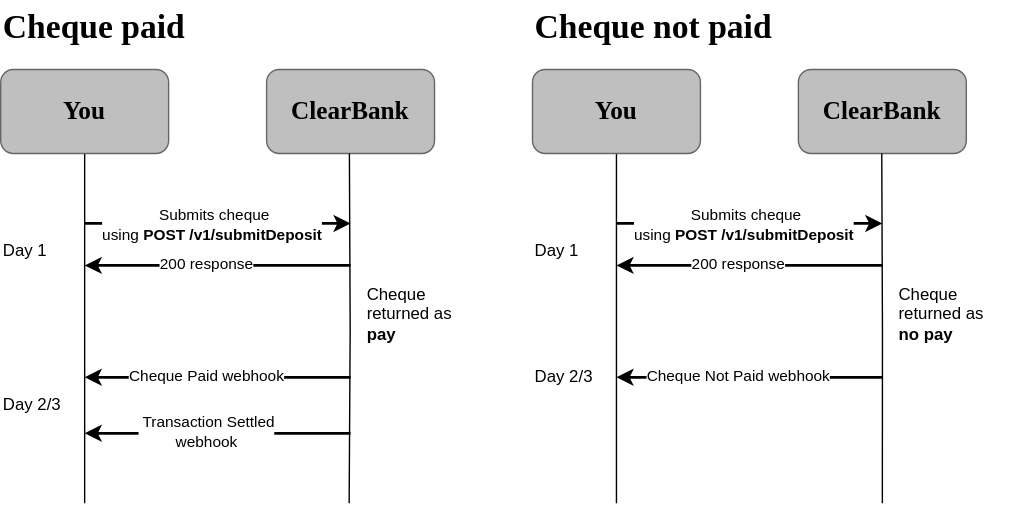
Before: static/assets/images/cheque_endpoint.svg, a diagram exported from draw.io (clearbank/clearbank.github.io). Source tidied: cells renumbered, new cells last; positions are measured from the earlier drawing's top-left corner, leaving out a move shared by most shapes.
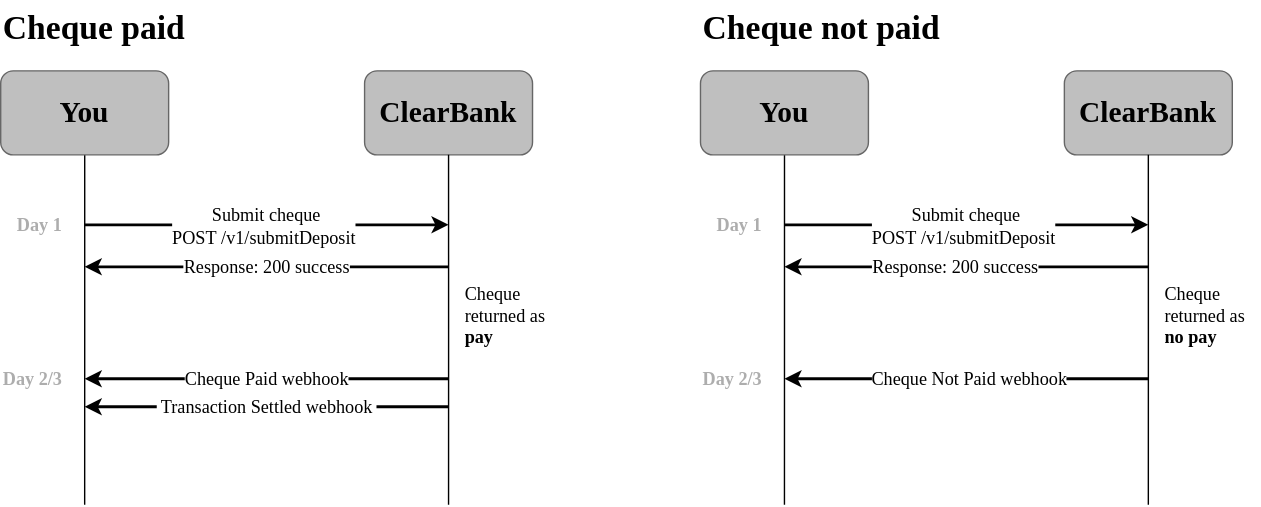
After the commit.

Commit message:
Fixed message flow diagram, updated info on scheme

What changed in the source:
```diff
@@ -7,125 +7,133 @@
         <mxPoint x="60" y="360" as="targetPoint" />
       </mxGeometry>
     </mxCell>
-    <mxCell id="3" value="You" style="rounded=1;whiteSpace=wrap;html=1;strokeColor=#666666;fillColor=#BFBFBF;gradientColor=none;fontFamily=Clear Sans Display;fontStyle=1;fontSize=18;" parent="1" vertex="1">
+    <mxCell id="3" value="You" style="rounded=1;whiteSpace=wrap;html=1;strokeColor=#666666;fillColor=#BFBFBF;gradientColor=none;fontFamily=Clear Sans Display;fontStyle=1;fontSize=21;" parent="1" vertex="1">
       <mxGeometry y="50" width="120" height="60" as="geometry" />
     </mxCell>
-    <mxCell id="4" value="ClearBank" style="rounded=1;whiteSpace=wrap;html=1;strokeColor=#666666;fillColor=#BFBFBF;gradientColor=none;fontFamily=Clear Sans Display;fontStyle=1;fontSize=18;" parent="1" vertex="1">
-      <mxGeometry x="190" y="50" width="120" height="60" as="geometry" />
+    <mxCell id="4" value="ClearBank" style="rounded=1;whiteSpace=wrap;html=1;strokeColor=#666666;fillColor=#BFBFBF;gradientColor=none;fontFamily=Clear Sans Display;fontStyle=1;fontSize=21;" parent="1" vertex="1">
+      <mxGeometry x="260" y="50" width="120" height="60" as="geometry" />
     </mxCell>
-    <mxCell id="5" style="endArrow=classic;html=1;rounded=0;strokeWidth=2;" parent="1" edge="1">
+    <mxCell id="5" style="endArrow=classic;html=1;rounded=0;strokeWidth=2;fontFamily=Clear Sans Text;fontSize=13;" parent="1" edge="1">
       <mxGeometry relative="1" as="geometry">
         <mxPoint x="60" y="160" as="sourcePoint" />
-        <mxPoint x="250" y="160" as="targetPoint" />
+        <mxPoint x="320" y="160" as="targetPoint" />
       </mxGeometry>
     </mxCell>
-    <mxCell id="6" value="&amp;nbsp;Submits cheque&lt;br&gt;using &lt;b&gt;POST&amp;nbsp;/v1/submitDeposit&lt;/b&gt;" style="edgeLabel;html=1;align=center;verticalAlign=middle;" parent="5" vertex="1">
+    <mxCell id="6" value="&amp;nbsp;Submit cheque&lt;br style=&quot;font-size: 13px;&quot;&gt;POST&amp;nbsp;/v1/submitDeposit" style="edgeLabel;html=1;align=center;verticalAlign=middle;fontFamily=Clear Sans Text;fontSize=13;" parent="5" vertex="1">
       <mxGeometry x="0.09" y="-1" relative="1" as="geometry">
         <mxPoint x="-13" as="offset" />
       </mxGeometry>
     </mxCell>
     <mxCell id="7" style="edgeStyle=orthogonalEdgeStyle;rounded=0;jettySize=auto;html=1;endArrow=none;endFill=0;" parent="1" edge="1" source="8">
       <mxGeometry relative="1" as="geometry">
-        <mxPoint x="440" y="360" as="targetPoint" />
+        <mxPoint x="560" y="360" as="targetPoint" />
       </mxGeometry>
     </mxCell>
-    <mxCell id="8" value="You" style="rounded=1;whiteSpace=wrap;html=1;strokeColor=#666666;fillColor=#BFBFBF;gradientColor=none;fontFamily=Clear Sans Display;fontStyle=1;fontSize=18;" parent="1" vertex="1">
-      <mxGeometry x="380" y="50" width="120" height="60" as="geometry" />
+    <mxCell id="8" value="You" style="rounded=1;whiteSpace=wrap;html=1;strokeColor=#666666;fillColor=#BFBFBF;gradientColor=none;fontFamily=Clear Sans Display;fontStyle=1;fontSize=21;" parent="1" vertex="1">
+      <mxGeometry x="500" y="50" width="120" height="60" as="geometry" />
     </mxCell>
-    <mxCell id="9" value="ClearBank" style="rounded=1;whiteSpace=wrap;html=1;strokeColor=#666666;fillColor=#BFBFBF;gradientColor=none;fontFamily=Clear Sans Display;fontStyle=1;fontSize=18;" parent="1" vertex="1">
-      <mxGeometry x="570" y="50" width="120" height="60" as="geometry" />
+    <mxCell id="9" value="ClearBank" style="rounded=1;whiteSpace=wrap;html=1;strokeColor=#666666;fillColor=#BFBFBF;gradientColor=none;fontFamily=Clear Sans Display;fontStyle=1;fontSize=21;" parent="1" vertex="1">
+      <mxGeometry x="760" y="50" width="120" height="60" as="geometry" />
     </mxCell>
-    <mxCell id="10" style="endArrow=classic;html=1;rounded=0;strokeWidth=2;" parent="1" edge="1">
+    <mxCell id="10" style="endArrow=classic;html=1;rounded=0;strokeWidth=2;fontFamily=Clear Sans Text;fontSize=13;" parent="1" edge="1">
       <mxGeometry relative="1" as="geometry">
-        <mxPoint x="440" y="160" as="sourcePoint" />
-        <mxPoint x="630" y="160" as="targetPoint" />
+        <mxPoint x="560" y="160" as="sourcePoint" />
+        <mxPoint x="820" y="160" as="targetPoint" />
       </mxGeometry>
     </mxCell>
-    <mxCell id="11" value="&amp;nbsp;Submits cheque&lt;br style=&quot;border-color: var(--border-color);&quot;&gt;using&amp;nbsp;&lt;b style=&quot;border-color: var(--border-color);&quot;&gt;POST&amp;nbsp;/v1/submitDeposit&lt;/b&gt;" style="edgeLabel;html=1;align=center;verticalAlign=middle;" parent="10" vertex="1">
+    <mxCell id="11" value="&amp;nbsp;Submit cheque&lt;br style=&quot;border-color: var(--border-color); font-size: 13px;&quot;&gt;&lt;span style=&quot;border-color: var(--border-color); font-size: 13px;&quot;&gt;POST&amp;nbsp;/v1/submitDeposit&lt;/span&gt;" style="edgeLabel;html=1;align=center;verticalAlign=middle;fontFamily=Clear Sans Text;fontSize=13;" parent="10" vertex="1">
       <mxGeometry x="0.09" y="-1" relative="1" as="geometry">
         <mxPoint x="-13" as="offset" />
       </mxGeometry>
     </mxCell>
-    <mxCell id="12" style="endArrow=classic;html=1;rounded=0;strokeWidth=2;" parent="1" edge="1">
+    <mxCell id="12" style="endArrow=classic;html=1;rounded=0;strokeWidth=2;fontFamily=Clear Sans Text;fontSize=13;" parent="1" edge="1">
       <mxGeometry relative="1" as="geometry">
-        <mxPoint x="630" y="270" as="sourcePoint" />
-        <mxPoint x="440" y="270" as="targetPoint" />
+        <mxPoint x="820" y="270" as="sourcePoint" />
+        <mxPoint x="560" y="270" as="targetPoint" />
       </mxGeometry>
     </mxCell>
-    <mxCell id="13" value="Cheque Not Paid webhook" style="edgeLabel;html=1;align=center;verticalAlign=middle;" parent="12" vertex="1">
-      <mxGeometry x="0.09" y="-1" relative="1" as="geometry" />
+    <mxCell id="13" value="Cheque Not Paid webhook" style="edgeLabel;html=1;align=center;verticalAlign=middle;fontFamily=Clear Sans Text;fontSize=13;" parent="12" vertex="1">
+      <mxGeometry x="0.09" y="-1" relative="1" as="geometry">
+        <mxPoint x="13" y="1" as="offset" />
+      </mxGeometry>
     </mxCell>
-    <mxCell id="14" style="endArrow=classic;html=1;rounded=0;strokeWidth=2;" parent="1" edge="1">
+    <mxCell id="14" style="endArrow=classic;html=1;rounded=0;strokeWidth=2;fontFamily=Clear Sans Text;fontSize=13;" parent="1" edge="1">
       <mxGeometry relative="1" as="geometry">
-        <mxPoint x="250" y="270" as="sourcePoint" />
+        <mxPoint x="320" y="270" as="sourcePoint" />
         <mxPoint x="60" y="270" as="targetPoint" />
       </mxGeometry>
     </mxCell>
-    <mxCell id="15" value="Cheque Paid webhook" style="edgeLabel;html=1;align=center;verticalAlign=middle;" parent="14" vertex="1">
-      <mxGeometry x="0.09" y="-1" relative="1" as="geometry" />
+    <mxCell id="15" value="Cheque Paid webhook" style="edgeLabel;html=1;align=center;verticalAlign=middle;fontFamily=Clear Sans Text;fontSize=13;" parent="14" vertex="1">
+      <mxGeometry x="0.09" y="-1" relative="1" as="geometry">
+        <mxPoint x="11" y="1" as="offset" />
+      </mxGeometry>
     </mxCell>
-    <mxCell id="16" style="endArrow=classic;html=1;rounded=0;strokeWidth=2;" parent="1" edge="1">
+    <mxCell id="16" style="endArrow=classic;html=1;rounded=0;strokeWidth=2;fontFamily=Clear Sans Text;fontSize=13;" parent="1" edge="1">
       <mxGeometry relative="1" as="geometry">
-        <mxPoint x="250" y="310" as="sourcePoint" />
-        <mxPoint x="60" y="310" as="targetPoint" />
+        <mxPoint x="320" y="290" as="sourcePoint" />
+        <mxPoint x="60" y="290" as="targetPoint" />
       </mxGeometry>
     </mxCell>
-    <mxCell id="17" value="&amp;nbsp;Transaction Settled&lt;br&gt;&amp;nbsp;webhook&amp;nbsp;" style="edgeLabel;html=1;align=center;verticalAlign=middle;" parent="16" vertex="1">
-      <mxGeometry x="0.09" y="-1" relative="1" as="geometry" />
+    <mxCell id="17" value="&amp;nbsp;Transaction Settled&amp;nbsp;webhook&amp;nbsp;" style="edgeLabel;html=1;align=center;verticalAlign=middle;fontFamily=Clear Sans Text;fontSize=13;" parent="16" vertex="1">
+      <mxGeometry x="0.09" y="-1" relative="1" as="geometry">
+        <mxPoint x="11" y="1" as="offset" />
+      </mxGeometry>
     </mxCell>
-    <mxCell id="18" value="Cheque returned as &lt;b&gt;pay&lt;/b&gt;" style="text;html=1;strokeColor=none;fillColor=none;align=left;verticalAlign=middle;whiteSpace=wrap;rounded=0;" parent="1" vertex="1">
-      <mxGeometry x="260" y="190" width="80" height="70" as="geometry" />
+    <mxCell id="18" value="Cheque returned as &lt;b style=&quot;font-size: 13px;&quot;&gt;pay&lt;/b&gt;" style="text;html=1;strokeColor=none;fillColor=none;align=left;verticalAlign=middle;whiteSpace=wrap;rounded=0;fontFamily=Clear Sans Text;fontSize=13;" parent="1" vertex="1">
+      <mxGeometry x="330" y="190" width="80" height="70" as="geometry" />
     </mxCell>
-    <mxCell id="19" style="edgeStyle=orthogonalEdgeStyle;rounded=0;orthogonalLoop=1;jettySize=auto;html=1;endArrow=none;endFill=0;" parent="1" edge="1">
+    <mxCell id="19" style="edgeStyle=orthogonalEdgeStyle;rounded=0;jettySize=auto;html=1;endArrow=none;endFill=0;exitX=0.5;exitY=1;exitDx=0;exitDy=0;" parent="1" edge="1" source="4">
       <mxGeometry relative="1" as="geometry">
-        <mxPoint x="249.2" y="110" as="sourcePoint" />
-        <mxPoint x="249" y="360" as="targetPoint" />
+        <mxPoint x="320" y="360" as="targetPoint" />
       </mxGeometry>
     </mxCell>
-    <mxCell id="20" style="edgeStyle=orthogonalEdgeStyle;rounded=0;orthogonalLoop=1;jettySize=auto;html=1;endArrow=none;endFill=0;" parent="1" edge="1">
+    <mxCell id="20" style="edgeStyle=orthogonalEdgeStyle;rounded=0;jettySize=auto;html=1;endArrow=none;endFill=0;exitX=0.5;exitY=1;exitDx=0;exitDy=0;" parent="1" edge="1" source="9">
       <mxGeometry relative="1" as="geometry">
-        <mxPoint x="629.6" y="110" as="sourcePoint" />
-        <mxPoint x="630" y="360" as="targetPoint" />
+        <mxPoint x="820" y="360" as="targetPoint" />
       </mxGeometry>
     </mxCell>
-    <mxCell id="21" value="Cheque returned as &lt;b&gt;no pay&lt;/b&gt;" style="text;html=1;strokeColor=none;fillColor=none;align=left;verticalAlign=middle;whiteSpace=wrap;rounded=0;" parent="1" vertex="1">
-      <mxGeometry x="640" y="195" width="70" height="60" as="geometry" />
+    <mxCell id="21" value="Cheque returned as &lt;b style=&quot;font-size: 13px;&quot;&gt;no pay&lt;/b&gt;" style="text;html=1;strokeColor=none;fillColor=none;align=left;verticalAlign=middle;whiteSpace=wrap;rounded=0;fontFamily=Clear Sans Text;fontSize=13;" parent="1" vertex="1">
+      <mxGeometry x="830" y="195" width="70" height="60" as="geometry" />
     </mxCell>
-    <mxCell id="22" style="endArrow=classic;html=1;rounded=0;strokeWidth=2;" parent="1" edge="1">
+    <mxCell id="22" style="endArrow=classic;html=1;rounded=0;strokeWidth=2;fontFamily=Clear Sans Text;fontSize=13;" parent="1" edge="1">
       <mxGeometry relative="1" as="geometry">
-        <mxPoint x="250" y="190" as="sourcePoint" />
+        <mxPoint x="320" y="190" as="sourcePoint" />
         <mxPoint x="60" y="190" as="targetPoint" />
       </mxGeometry>
     </mxCell>
-    <mxCell id="23" value="200 response" style="edgeLabel;html=1;align=center;verticalAlign=middle;" parent="22" vertex="1">
-      <mxGeometry x="0.09" y="-1" relative="1" as="geometry" />
+    <mxCell id="23" value="Response: 200 success" style="edgeLabel;html=1;align=center;verticalAlign=middle;fontFamily=Clear Sans Text;fontSize=13;" parent="22" vertex="1">
+      <mxGeometry x="0.09" y="-1" relative="1" as="geometry">
+        <mxPoint x="11" y="1" as="offset" />
+      </mxGeometry>
     </mxCell>
-    <mxCell id="24" style="endArrow=classic;html=1;rounded=0;strokeWidth=2;" parent="1" edge="1">
+    <mxCell id="24" style="endArrow=classic;html=1;rounded=0;strokeWidth=2;fontFamily=Clear Sans Text;fontSize=13;" parent="1" edge="1">
       <mxGeometry relative="1" as="geometry">
-        <mxPoint x="630" y="190" as="sourcePoint" />
-        <mxPoint x="440" y="190" as="targetPoint" />
+        <mxPoint x="820" y="190" as="sourcePoint" />
+        <mxPoint x="560" y="190" as="targetPoint" />
       </mxGeometry>
     </mxCell>
-    <mxCell id="25" value="200 response" style="edgeLabel;html=1;align=center;verticalAlign=middle;" parent="24" vertex="1">
-      <mxGeometry x="0.09" y="-1" relative="1" as="geometry" />
+    <mxCell id="25" value="Response: 200 success" style="edgeLabel;html=1;align=center;verticalAlign=middle;fontFamily=Clear Sans Text;fontSize=13;" parent="24" vertex="1">
+      <mxGeometry x="0.09" y="-1" relative="1" as="geometry">
+        <mxPoint x="3" y="1" as="offset" />
+      </mxGeometry>
     </mxCell>
     <mxCell id="26" value="Cheque paid" style="text;strokeColor=none;fillColor=none;html=1;fontSize=24;fontStyle=1;verticalAlign=middle;align=left;fontFamily=Clear Sans Display;" parent="1" vertex="1">
       <mxGeometry width="310" height="40" as="geometry" />
     </mxCell>
     <mxCell id="27" value="Cheque not paid" style="text;strokeColor=none;fillColor=none;html=1;fontSize=24;fontStyle=1;verticalAlign=middle;align=left;fontFamily=Clear Sans Display;" parent="1" vertex="1">
-      <mxGeometry x="380" width="350" height="40" as="geometry" />
+      <mxGeometry x="500" width="350" height="40" as="geometry" />
     </mxCell>
-    <mxCell id="28" value="Day 1" style="text;html=1;strokeColor=none;fillColor=none;align=left;verticalAlign=middle;whiteSpace=wrap;rounded=0;" parent="1" vertex="1">
-      <mxGeometry y="160" width="55" height="40" as="geometry" />
+    <mxCell id="28" value="Day 1" style="text;html=1;strokeColor=none;fillColor=none;align=left;verticalAlign=middle;whiteSpace=wrap;rounded=0;fontFamily=Clear Sans Text;fontSize=13;fontStyle=1;fontColor=#ADADAD;" parent="1" vertex="1">
+      <mxGeometry x="10" y="140" width="55" height="40" as="geometry" />
     </mxCell>
-    <mxCell id="29" value="Day 1" style="text;html=1;strokeColor=none;fillColor=none;align=left;verticalAlign=middle;whiteSpace=wrap;rounded=0;" parent="1" vertex="1">
-      <mxGeometry x="380" y="160" width="55" height="40" as="geometry" />
+    <mxCell id="29" value="Day 1" style="text;html=1;strokeColor=none;fillColor=none;align=left;verticalAlign=middle;whiteSpace=wrap;rounded=0;fontFamily=Clear Sans Text;fontSize=13;fontStyle=1;fontColor=#ADADAD;" parent="1" vertex="1">
+      <mxGeometry x="510" y="140" width="55" height="40" as="geometry" />
     </mxCell>
-    <mxCell id="30" value="Day 2/3" style="text;html=1;strokeColor=none;fillColor=none;align=left;verticalAlign=middle;whiteSpace=wrap;rounded=0;" parent="1" vertex="1">
-      <mxGeometry y="270" width="55" height="40" as="geometry" />
+    <mxCell id="30" value="Day 2/3" style="text;html=1;strokeColor=none;fillColor=none;align=left;verticalAlign=middle;whiteSpace=wrap;rounded=0;fontFamily=Clear Sans Text;fontSize=13;fontStyle=1;fontColor=#ADADAD;" parent="1" vertex="1">
+      <mxGeometry y="250" width="55" height="40" as="geometry" />
     </mxCell>
-    <mxCell id="31" value="Day 2/3" style="text;html=1;strokeColor=none;fillColor=none;align=left;verticalAlign=middle;whiteSpace=wrap;rounded=0;" parent="1" vertex="1">
-      <mxGeometry x="380" y="250" width="55" height="40" as="geometry" />
+    <mxCell id="31" value="Day 2/3" style="text;html=1;strokeColor=none;fillColor=none;align=left;verticalAlign=middle;whiteSpace=wrap;rounded=0;fontFamily=Clear Sans Text;fontSize=13;fontStyle=1;fontColor=#ADADAD;" parent="1" vertex="1">
+      <mxGeometry x="500" y="250" width="55" height="40" as="geometry" />
     </mxCell>
   </root>
 </mxGraphModel>
```
